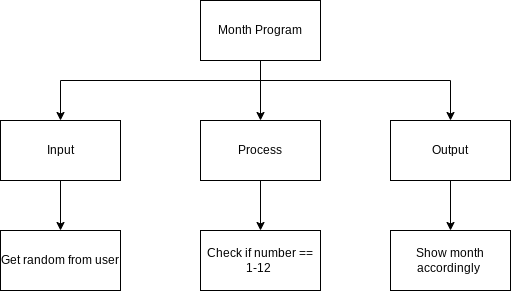
The draw.io diagram top-down.png in Huzaifa-Khalid-2/ICS3U-Assignment3-Python, before a commit. Source tidied: cells renumbered, new cells last; positions are measured from the earlier drawing's top-left corner, leaving out a move shared by most shapes. Source of this version:
```xml
<mxGraphModel>
  <root>
    <mxCell id="0" />
    <mxCell id="1" parent="0" />
    <mxCell id="2" style="edgeStyle=none;html=1;entryX=0.5;entryY=0;entryDx=0;entryDy=0;" parent="1" edge="1" source="5" target="7">
      <mxGeometry relative="1" as="geometry" />
    </mxCell>
    <mxCell id="3" style="edgeStyle=orthogonalEdgeStyle;html=1;rounded=0;" parent="1" edge="1" source="5" target="9">
      <mxGeometry relative="1" as="geometry">
        <Array as="points">
          <mxPoint x="260" y="80" />
          <mxPoint x="60" y="80" />
        </Array>
      </mxGeometry>
    </mxCell>
    <mxCell id="4" style="edgeStyle=orthogonalEdgeStyle;rounded=0;html=1;" parent="1" edge="1" source="5" target="11">
      <mxGeometry relative="1" as="geometry">
        <Array as="points">
          <mxPoint x="260" y="80" />
          <mxPoint x="450" y="80" />
        </Array>
      </mxGeometry>
    </mxCell>
    <mxCell id="5" value="Month Program" style="rounded=0;whiteSpace=wrap;html=1;" parent="1" vertex="1">
      <mxGeometry x="200" width="120" height="60" as="geometry" />
    </mxCell>
    <mxCell id="6" style="edgeStyle=orthogonalEdgeStyle;html=1;entryX=0.5;entryY=0;entryDx=0;entryDy=0;rounded=0;" parent="1" edge="1" source="7" target="13">
      <mxGeometry relative="1" as="geometry" />
    </mxCell>
    <mxCell id="7" value="Process" style="rounded=0;whiteSpace=wrap;html=1;" parent="1" vertex="1">
      <mxGeometry x="200" y="120" width="120" height="60" as="geometry" />
    </mxCell>
    <mxCell id="8" style="edgeStyle=orthogonalEdgeStyle;rounded=0;html=1;" parent="1" edge="1" source="9" target="12">
      <mxGeometry relative="1" as="geometry">
        <Array as="points">
          <mxPoint x="60" y="230" />
          <mxPoint x="60" y="230" />
        </Array>
      </mxGeometry>
    </mxCell>
    <mxCell id="9" value="Input" style="rounded=0;whiteSpace=wrap;html=1;" parent="1" vertex="1">
      <mxGeometry y="120" width="120" height="60" as="geometry" />
    </mxCell>
    <mxCell id="10" style="edgeStyle=orthogonalEdgeStyle;rounded=0;html=1;" parent="1" edge="1" source="11" target="14">
      <mxGeometry relative="1" as="geometry" />
    </mxCell>
    <mxCell id="11" value="Output" style="rounded=0;whiteSpace=wrap;html=1;" parent="1" vertex="1">
      <mxGeometry x="390" y="120" width="120" height="60" as="geometry" />
    </mxCell>
    <mxCell id="12" value="Get random from user" style="rounded=0;whiteSpace=wrap;html=1;" parent="1" vertex="1">
      <mxGeometry y="230" width="120" height="60" as="geometry" />
    </mxCell>
    <mxCell id="13" value="Check if number == 1-12&amp;nbsp;" style="rounded=0;whiteSpace=wrap;html=1;" parent="1" vertex="1">
      <mxGeometry x="200" y="230" width="120" height="60" as="geometry" />
    </mxCell>
    <mxCell id="14" value="Show month accordingly&amp;nbsp;" style="rounded=0;whiteSpace=wrap;html=1;" parent="1" vertex="1">
      <mxGeometry x="390" y="230" width="120" height="60" as="geometry" />
    </mxCell>
  </root>
</mxGraphModel>
```
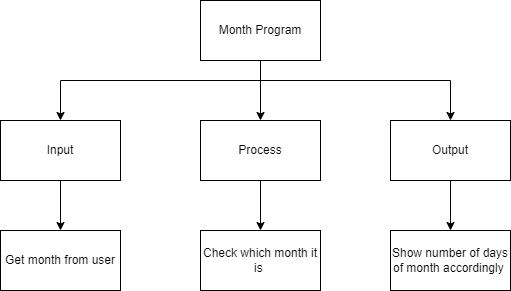
The same diagram one commit later.

What changed in the source:
```diff
@@ -47,13 +47,13 @@
     <mxCell id="11" value="Output" style="rounded=0;whiteSpace=wrap;html=1;" parent="1" vertex="1">
       <mxGeometry x="390" y="120" width="120" height="60" as="geometry" />
     </mxCell>
-    <mxCell id="12" value="Get random from user" style="rounded=0;whiteSpace=wrap;html=1;" parent="1" vertex="1">
+    <mxCell id="12" value="Get month from user" style="rounded=0;whiteSpace=wrap;html=1;" parent="1" vertex="1">
       <mxGeometry y="230" width="120" height="60" as="geometry" />
     </mxCell>
-    <mxCell id="13" value="Check if number == 1-12&amp;nbsp;" style="rounded=0;whiteSpace=wrap;html=1;" parent="1" vertex="1">
+    <mxCell id="13" value="Check which month it is&amp;nbsp;" style="rounded=0;whiteSpace=wrap;html=1;" parent="1" vertex="1">
       <mxGeometry x="200" y="230" width="120" height="60" as="geometry" />
     </mxCell>
-    <mxCell id="14" value="Show month accordingly&amp;nbsp;" style="rounded=0;whiteSpace=wrap;html=1;" parent="1" vertex="1">
+    <mxCell id="14" value="Show number of days of month accordingly&amp;nbsp;" style="rounded=0;whiteSpace=wrap;html=1;" parent="1" vertex="1">
       <mxGeometry x="390" y="230" width="120" height="60" as="geometry" />
     </mxCell>
   </root>
```
